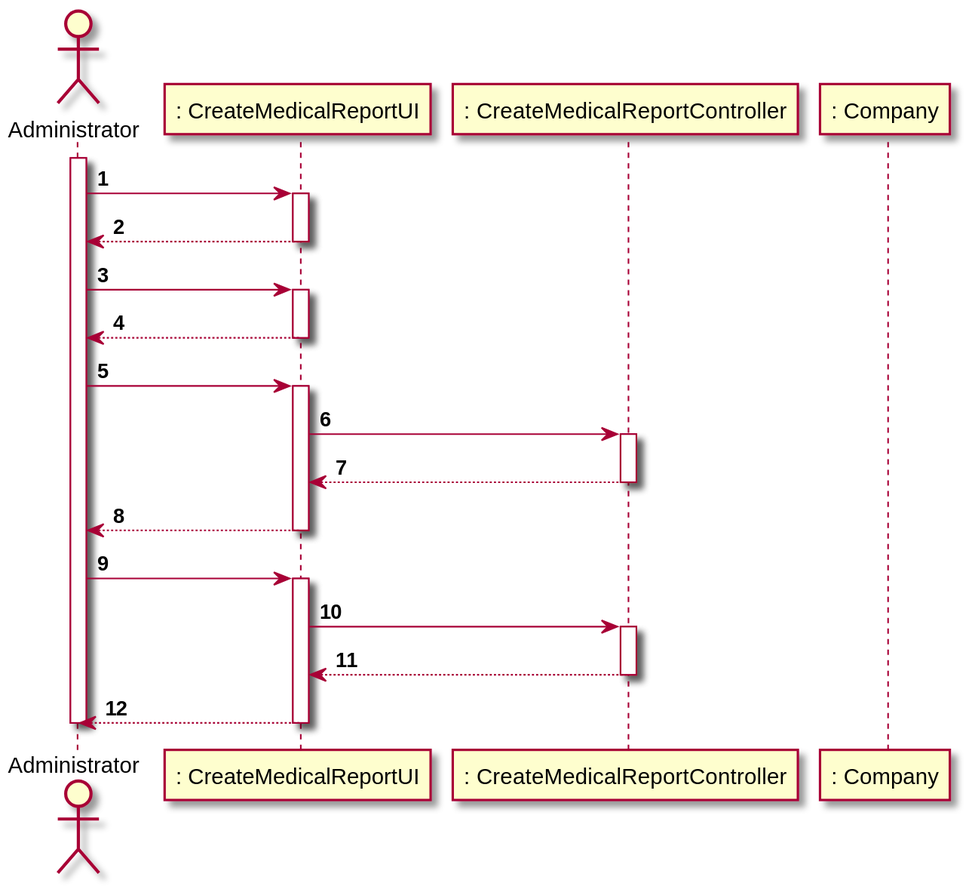
This is docs/SprintC/US14/US14_SD.svg from manu-07-ela/LAPR2_ISEP, a PlantUML export, as it was before one commit. Source of this version:
```plantuml
@startuml
autonumber
actor "Administrator" as Adm

participant ": CreateMedicalReportUI" as UI
participant ": CreateMedicalReportController" as CTRL
participant ": Company" as Comp


activate Adm
Adm -> UI :
activate UI
UI --> Adm :
deactivate UI

Adm -> UI :
activate UI

UI --> Adm :
deactivate UI

Adm -> UI :
activate UI

UI -> CTRL :
activate CTRL

CTRL --> UI:
deactivate CTRL
UI --> Adm :
deactivate UI
Adm -> UI:
activate UI
UI -> CTRL:
activate CTRL

CTRL --> UI:
deactivate CTRL
UI --> Adm :
deactivate UI

deactivate Adm




@enduml
```
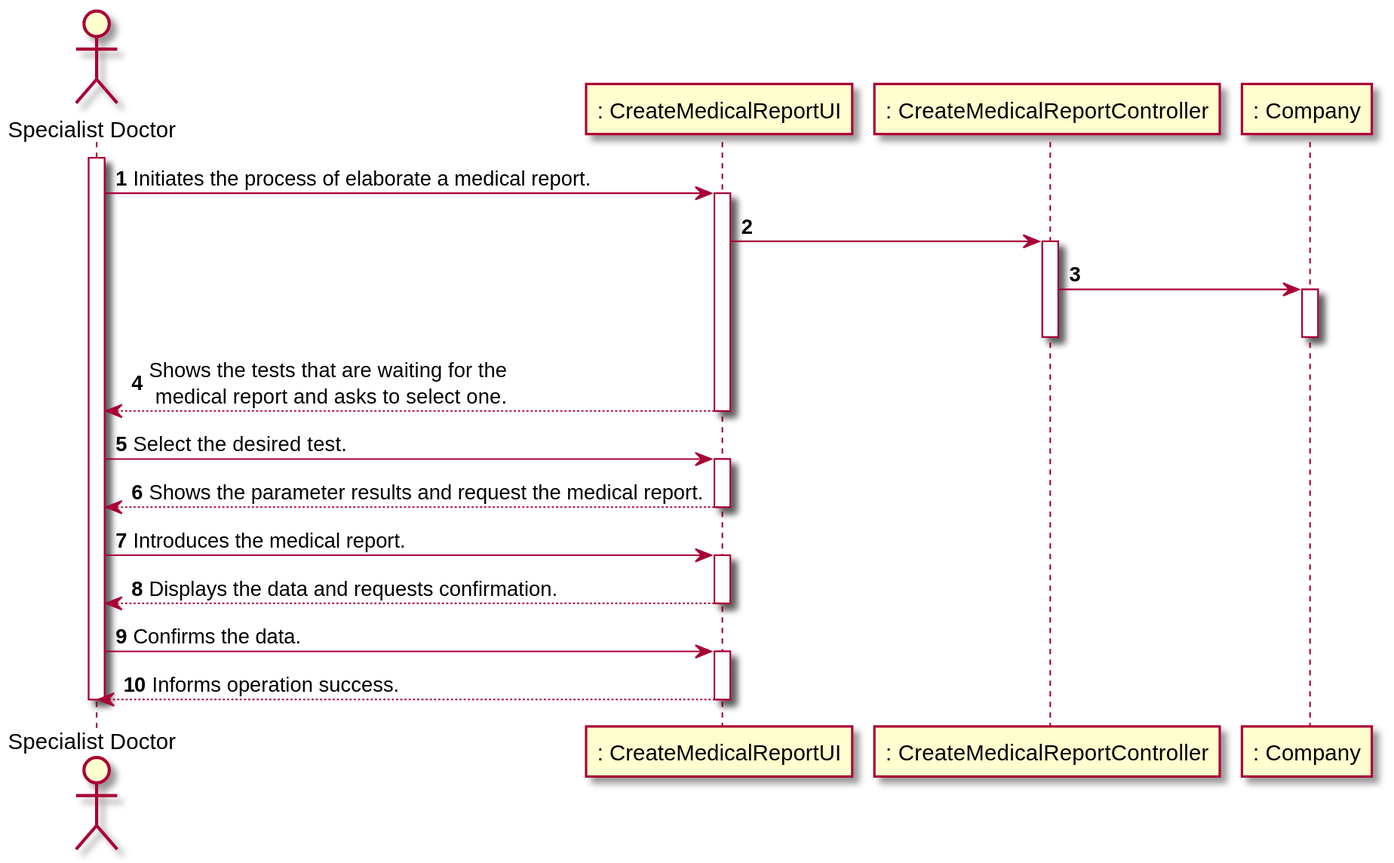
Above is the later version.

Change to the diagram source:
```diff
@@ -1,46 +1,41 @@
 @startuml
 autonumber
-actor "Administrator" as Adm
+actor "Specialist Doctor" as Doctor
 
 participant ": CreateMedicalReportUI" as UI
 participant ": CreateMedicalReportController" as CTRL
 participant ": Company" as Comp
 
-
-activate Adm
-Adm -> UI :
+activate Doctor
+Doctor -> UI : Initiates the process of elaborate a medical report.
 activate UI
-UI --> Adm :
+UI -> CTRL
+activate CTRL
+CTRL -> Comp :
+activate Comp
+deactivate Comp
+deactivate CTRL
+UI --> Doctor : Shows the tests that are waiting for the \n medical report and asks to select one.
 deactivate UI
 
-Adm -> UI :
+Doctor -> UI :  Select the desired test.
+activate UI
+UI --> Doctor : Shows the parameter results and request the medical report.
+deactivate UI
+
+Doctor-> UI : Introduces the medical report.
 activate UI
 
-UI --> Adm :
+
+UI --> Doctor : Displays the data and requests confirmation.
 deactivate UI
 
-Adm -> UI :
+Doctor-> UI : Confirms the data.
 activate UI
-
-UI -> CTRL :
-activate CTRL
-
-CTRL --> UI:
-deactivate CTRL
-UI --> Adm :
-deactivate UI
-Adm -> UI:
-activate UI
-UI -> CTRL:
-activate CTRL
-
-CTRL --> UI:
-deactivate CTRL
-UI --> Adm :
+UI --> Doctor : Informs operation success.
 deactivate UI
 
-deactivate Adm
-
+deactivate Doctor
 
 
 
```
